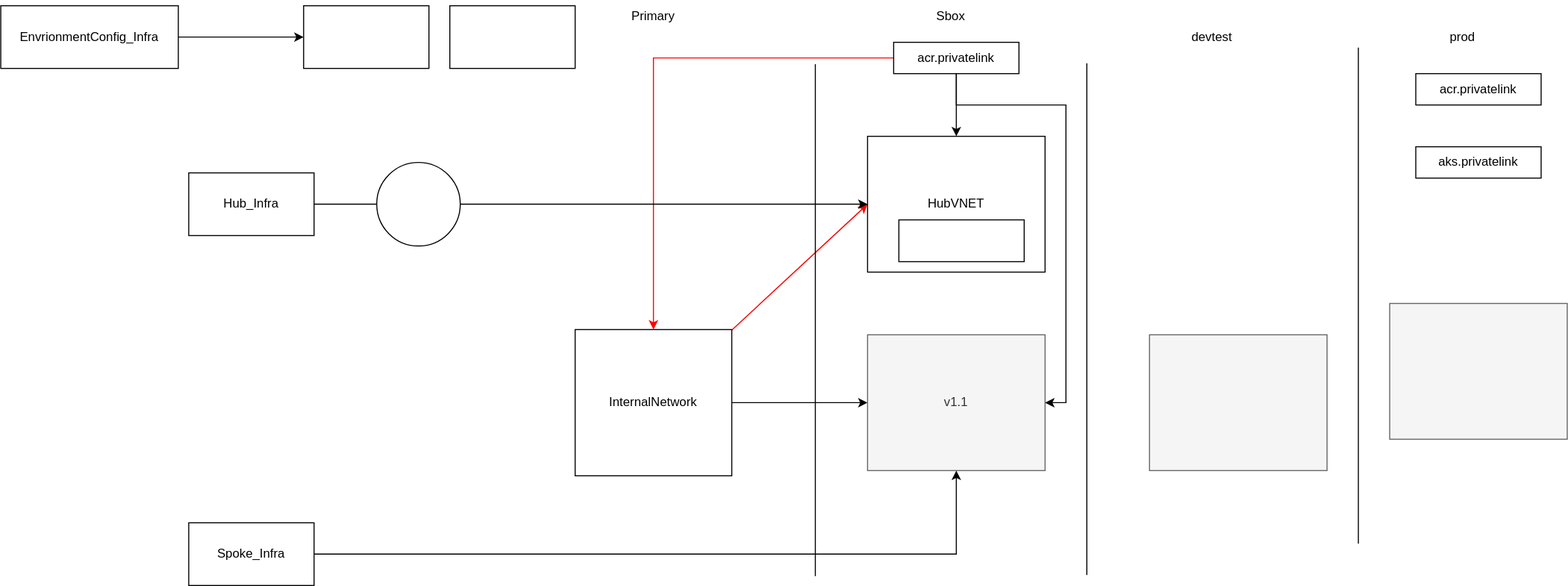
vjavle/invoicecloud keeps this draw.io diagram as infra/HubSpokeLinkingBeforePalo.svg. Above is the earlier version. Source tidied: cells renumbered, new cells last; positions are measured from the earlier drawing's top-left corner, leaving out a move shared by most shapes.
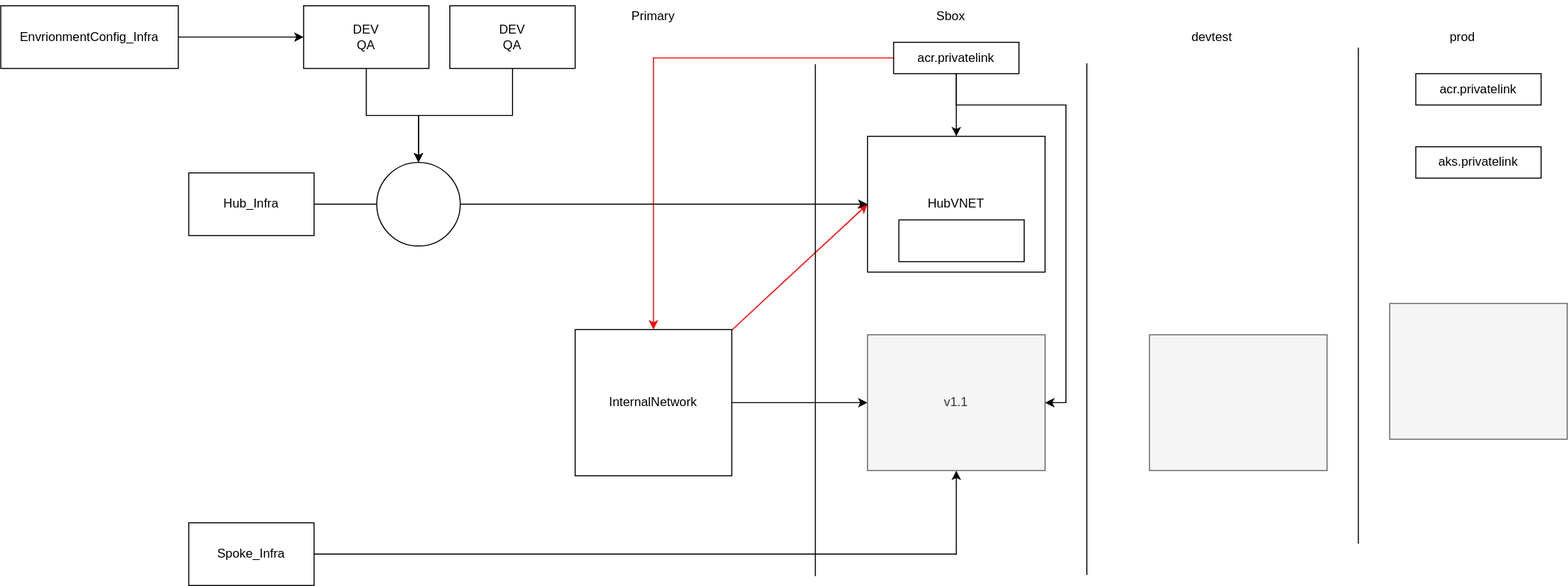
Above is the later version.

What changed in the source:
```diff
@@ -95,10 +95,16 @@
     <mxCell id="27" style="ellipse;whiteSpace=wrap;html=1;" parent="1" vertex="1">
       <mxGeometry x="360" y="155" width="80" height="80" as="geometry" />
     </mxCell>
+    <mxCell id="32" style="edgeStyle=orthogonalEdgeStyle;rounded=0;jettySize=auto;html=1;" parent="1" edge="1" source="28" target="27">
+      <mxGeometry relative="1" as="geometry" />
+    </mxCell>
-    <mxCell id="28" style="rounded=0;whiteSpace=wrap;html=1;" parent="1" vertex="1">
+    <mxCell id="28" value="DEV&lt;br&gt;QA" style="rounded=0;whiteSpace=wrap;html=1;" parent="1" vertex="1">
       <mxGeometry x="290" y="5" width="120" height="60" as="geometry" />
     </mxCell>
+    <mxCell id="33" style="edgeStyle=orthogonalEdgeStyle;rounded=0;jettySize=auto;html=1;" parent="1" edge="1" source="29" target="27">
+      <mxGeometry relative="1" as="geometry" />
+    </mxCell>
-    <mxCell id="29" style="rounded=0;whiteSpace=wrap;html=1;" parent="1" vertex="1">
+    <mxCell id="29" value="DEV&lt;br&gt;QA" style="rounded=0;whiteSpace=wrap;html=1;" parent="1" vertex="1">
       <mxGeometry x="430" y="5" width="120" height="60" as="geometry" />
     </mxCell>
     <mxCell id="30" style="edgeStyle=orthogonalEdgeStyle;rounded=0;jettySize=auto;html=1;" parent="1" edge="1" source="31" target="28">
```
